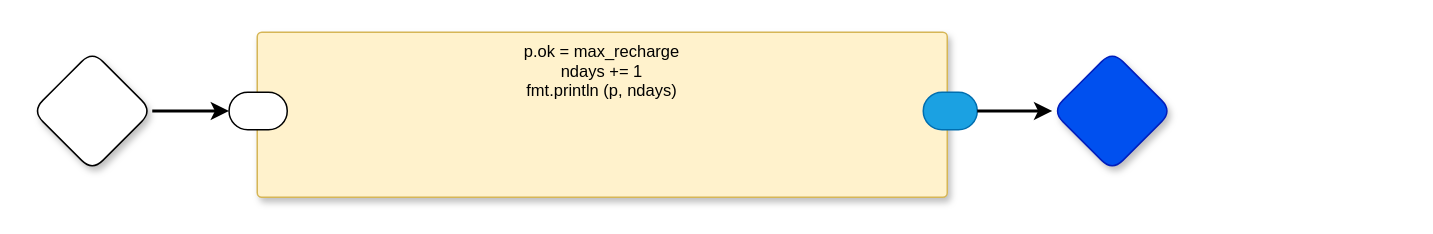
This is page "Rest" (3 of 3) of dc0d.drawio from guitarvydas/dc0d, a draw.io file, before an edit. Source tidied: cells renumbered, new cells numbered last; positions are measured from the earlier drawing's top-left corner, leaving out a move shared by most shapes. Both pictures are drawn from the tidied source at 150%, with x=0, y=0 at pixel (32, 32).
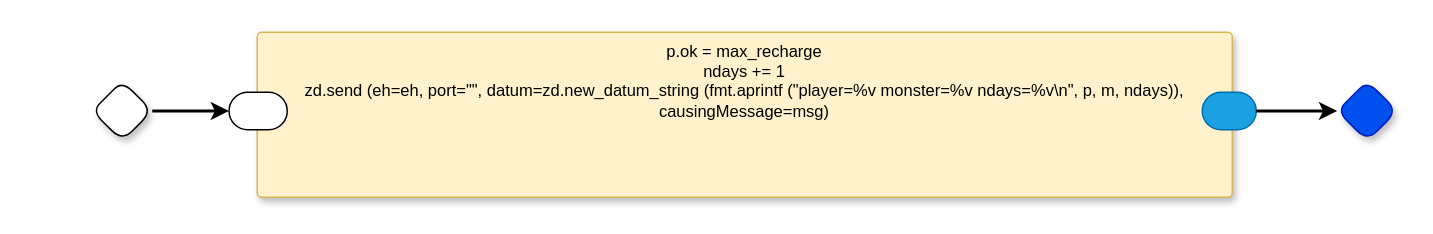
After the change.

What changed in the source:
```diff
@@
 <mxGraphModel>
   <root>
     <mxCell id="0" />
     <mxCell id="1" parent="0" />
-    <mxCell id="2" value="p.ok = max_recharge&lt;br&gt;ndays += 1&lt;br&gt;fmt.println (p, ndays)" style="rounded=1;whiteSpace=wrap;html=1;sketch=0;verticalAlign=top;arcSize=6;fontStyle=0;absoluteArcSize=1;shadow=1;strokeColor=#d6b656;fillColor=#fff2cc;fontFamily=Helvetica;fontSize=11;" parent="1" vertex="1">
-      <mxGeometry x="150" width="460" height="110" as="geometry" />
+    <mxCell id="2" value="p.ok = max_recharge&lt;br&gt;ndays += 1&lt;br&gt;zd.send (eh=eh, port=&quot;&quot;, datum=zd.new_datum_string (fmt.aprintf (&quot;player=%v monster=%v ndays=%v\n&quot;, p, m, ndays)), causingMessage=msg)" style="rounded=1;whiteSpace=wrap;html=1;sketch=0;verticalAlign=top;arcSize=6;fontStyle=0;absoluteArcSize=1;shadow=1;strokeColor=#d6b656;fillColor=#fff2cc;fontFamily=Helvetica;fontSize=11;" parent="1" vertex="1">
+      <mxGeometry x="150" width="650" height="110" as="geometry" />
     </mxCell>
     <mxCell id="3" style="rounded=1;whiteSpace=wrap;html=1;sketch=0;points=[[0,0.5,0,0,0],[1,0.5,0,0,0]];arcSize=50;fontFamily=Helvetica;fontSize=11;fontColor=default;" parent="2" vertex="1">
       <mxGeometry x="-18.8" y="40" width="38.8" height="25" as="geometry" />
     </mxCell>
     <mxCell id="4" style="rounded=1;whiteSpace=wrap;html=1;sketch=0;points=[[0,0.5,0,0,0],[1,0.5,0,0,0]];fillColor=#1ba1e2;fontColor=#ffffff;strokeColor=#006EAF;arcSize=50;fontFamily=Helvetica;fontSize=11;" parent="2" vertex="1">
-      <mxGeometry x="444" y="40" width="36" height="25" as="geometry" />
+      <mxGeometry x="630" y="40" width="36" height="25" as="geometry" />
     </mxCell>
     <mxCell id="5" style="rhombus;whiteSpace=wrap;html=1;rounded=1;fontStyle=1;glass=0;sketch=0;fontSize=12;points=[[0,0.5,0,0,0],[0.5,0,0,0,0],[0.5,1,0,0,0],[1,0.5,0,0,0]];shadow=1;fontFamily=Helvetica;fontColor=default;" parent="1" vertex="1">
-      <mxGeometry y="12.5" width="80" height="80" as="geometry" />
+      <mxGeometry x="40" y="32.5" width="40" height="40" as="geometry" />
     </mxCell>
     <mxCell id="6" style="rhombus;whiteSpace=wrap;html=1;rounded=1;fillColor=#0050ef;fontColor=#ffffff;strokeColor=#001DBC;fontStyle=1;glass=0;sketch=0;fontSize=12;points=[[0,0.5,0,0,0],[0.5,0,0,0,0],[0.5,1,0,0,0],[1,0.5,0,0,0]];shadow=1;fontFamily=Helvetica;" parent="1" vertex="1">
-      <mxGeometry x="680" y="12.5" width="80" height="80" as="geometry" />
+      <mxGeometry x="870" y="32.5" width="40" height="40" as="geometry" />
     </mxCell>
     <mxCell id="7" style="edgeStyle=orthogonalEdgeStyle;shape=connector;curved=0;rounded=1;jettySize=auto;html=1;exitX=1;exitY=0.5;exitDx=0;exitDy=0;exitPerimeter=0;entryX=0;entryY=0.5;entryDx=0;entryDy=0;entryPerimeter=0;labelBackgroundColor=default;strokeColor=default;strokeWidth=2;align=center;verticalAlign=middle;fontFamily=Helvetica;fontSize=11;fontColor=default;endArrow=classic;" parent="1" edge="1" source="5" target="3">
       <mxGeometry relative="1" as="geometry" />
     </mxCell>
     <mxCell id="8" style="edgeStyle=orthogonalEdgeStyle;shape=connector;curved=0;rounded=1;jettySize=auto;html=1;exitX=1;exitY=0.5;exitDx=0;exitDy=0;exitPerimeter=0;labelBackgroundColor=default;strokeColor=default;strokeWidth=2;align=center;verticalAlign=middle;fontFamily=Helvetica;fontSize=11;fontColor=default;endArrow=classic;" parent="1" edge="1" source="4" target="6">
       <mxGeometry relative="1" as="geometry" />
     </mxCell>
   </root>
 </mxGraphModel>
```
